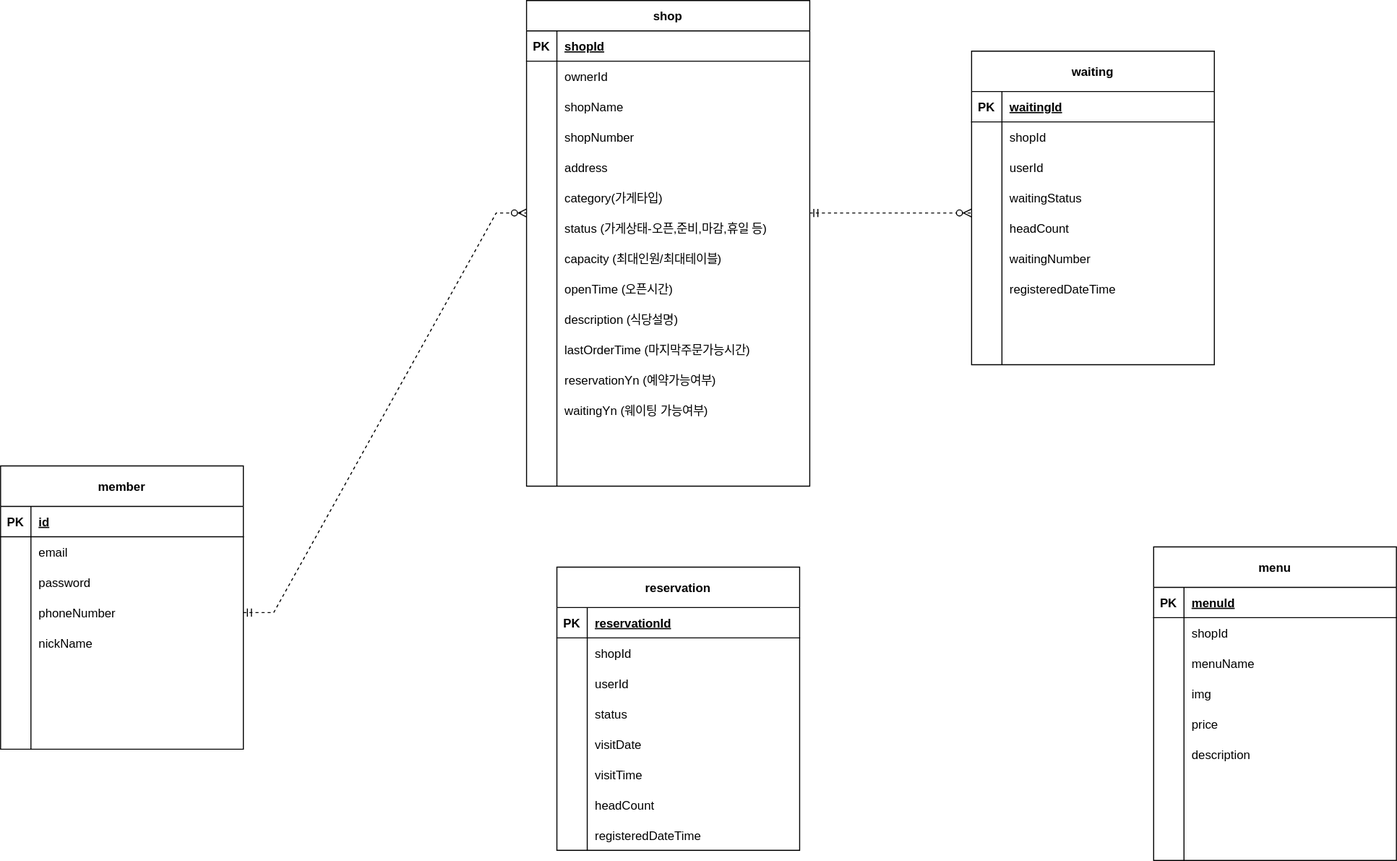
Earlier version of the draw.io export document/reservetable-erd.svg (hyerinnn/reservetable). Source tidied: cells renumbered, new cells last; positions are measured from the earlier drawing's top-left corner, leaving out a move shared by most shapes.
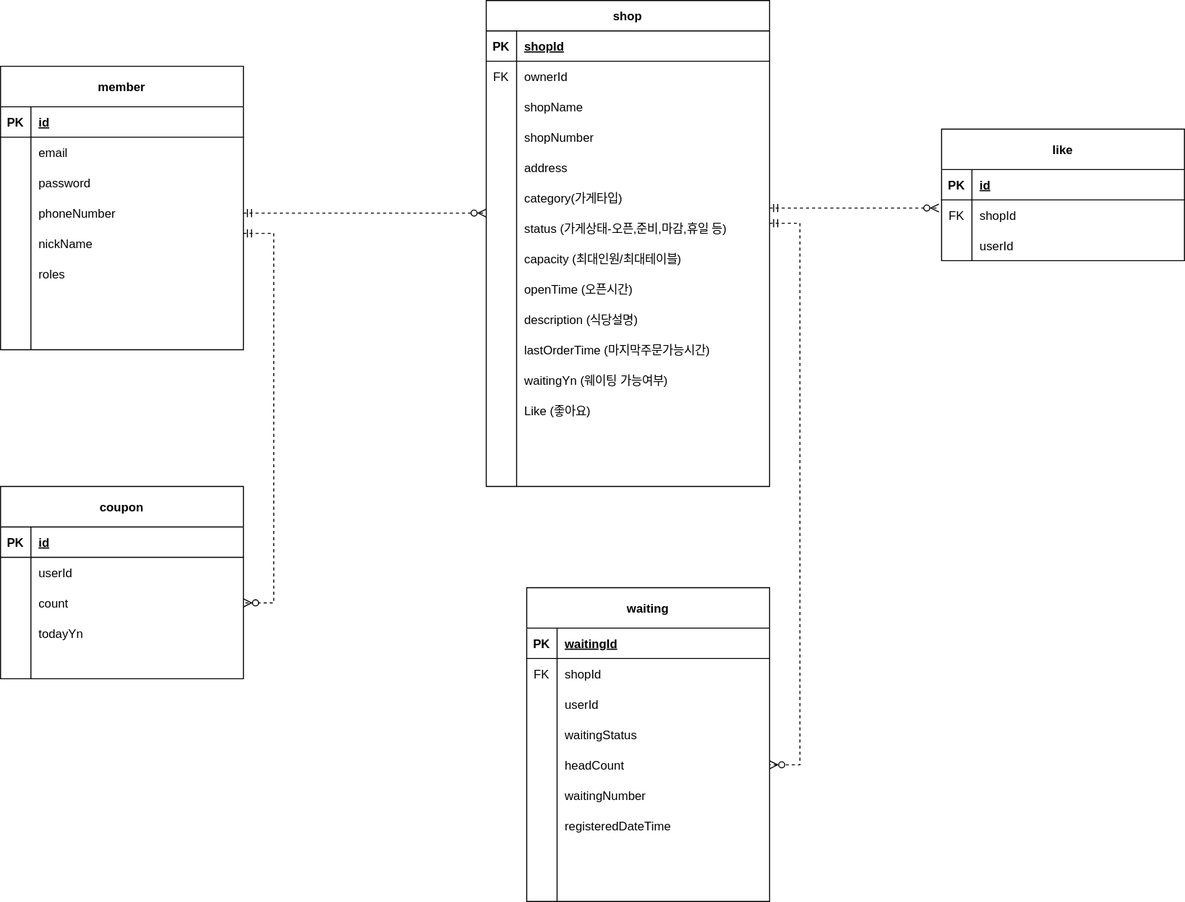
The same diagram one commit later.

What changed in the source:
```diff
@@ -5,3 +5,3 @@
     <mxCell id="2" value="member" style="shape=table;startSize=40;rowLines=0;fontStyle=1;align=center;" parent="1" vertex="1">
-      <mxGeometry y="460" width="240" height="280" as="geometry" />
+      <mxGeometry x="40" y="65" width="240" height="280" as="geometry" />
     </mxCell>
@@ -58,3 +58,3 @@
     </mxCell>
-    <mxCell id="20" style="shape=partialRectangle;overflow=hidden;fillColor=none;top=0;left=0;bottom=0;right=0;align=left;spacingLeft=6;" parent="18" vertex="1">
+    <mxCell id="20" value="roles" style="shape=partialRectangle;overflow=hidden;fillColor=none;top=0;left=0;bottom=0;right=0;align=left;spacingLeft=6;" parent="18" vertex="1">
       <mxGeometry x="30" width="210" height="30" as="geometry" />
@@ -94,3 +94,3 @@
     </mxCell>
-    <mxCell id="32" style="shape=partialRectangle;overflow=hidden;fillColor=none;top=0;left=0;bottom=0;right=0;" parent="31" vertex="1">
+    <mxCell id="32" value="FK" style="shape=partialRectangle;overflow=hidden;fillColor=none;top=0;left=0;bottom=0;right=0;" parent="31" vertex="1">
       <mxGeometry width="30" height="30" as="geometry" />
@@ -181,13 +181,4 @@
     </mxCell>
-    <mxCell id="61" style="shape=partialRectangle;fillColor=none;top=0;left=0;right=0;bottom=0;" parent="27" vertex="1">
-      <mxGeometry y="360" width="280" height="30" as="geometry" />
-    </mxCell>
-    <mxCell id="62" style="shape=partialRectangle;overflow=hidden;fillColor=none;top=0;left=0;bottom=0;right=0;" parent="61" vertex="1">
-      <mxGeometry width="30" height="30" as="geometry" />
-    </mxCell>
-    <mxCell id="63" value="reservationYn (예약가능여부)" style="shape=partialRectangle;overflow=hidden;fillColor=none;top=0;left=0;bottom=0;right=0;align=left;spacingLeft=6;" parent="61" vertex="1">
-      <mxGeometry x="30" width="250" height="30" as="geometry" />
-    </mxCell>
     <mxCell id="64" style="shape=partialRectangle;fillColor=none;top=0;left=0;right=0;bottom=0;" parent="27" vertex="1">
-      <mxGeometry y="390" width="280" height="30" as="geometry" />
+      <mxGeometry y="360" width="280" height="30" as="geometry" />
     </mxCell>
@@ -200,3 +191,3 @@
     <mxCell id="67" style="shape=partialRectangle;fillColor=none;top=0;left=0;right=0;bottom=0;" parent="27" vertex="1">
-      <mxGeometry y="420" width="280" height="30" as="geometry" />
+      <mxGeometry y="390" width="280" height="30" as="geometry" />
     </mxCell>
@@ -205,5 +196,14 @@
     </mxCell>
-    <mxCell id="69" style="shape=partialRectangle;overflow=hidden;fillColor=none;top=0;left=0;bottom=0;right=0;align=left;spacingLeft=6;" parent="67" vertex="1">
+    <mxCell id="69" value="Like (좋아요)" style="shape=partialRectangle;overflow=hidden;fillColor=none;top=0;left=0;bottom=0;right=0;align=left;spacingLeft=6;" parent="67" vertex="1">
       <mxGeometry x="30" width="250" height="30" as="geometry" />
     </mxCell>
+    <mxCell id="156" style="shape=partialRectangle;fillColor=none;top=0;left=0;right=0;bottom=0;" parent="27" vertex="1">
+      <mxGeometry y="420" width="280" height="30" as="geometry" />
+    </mxCell>
+    <mxCell id="157" style="shape=partialRectangle;overflow=hidden;fillColor=none;top=0;left=0;bottom=0;right=0;" parent="156" vertex="1">
+      <mxGeometry width="30" height="30" as="geometry" />
+    </mxCell>
+    <mxCell id="158" style="shape=partialRectangle;overflow=hidden;fillColor=none;top=0;left=0;bottom=0;right=0;align=left;spacingLeft=6;" parent="156" vertex="1">
+      <mxGeometry x="30" width="250" height="30" as="geometry" />
+    </mxCell>
     <mxCell id="70" style="shape=partialRectangle;fillColor=none;top=0;left=0;right=0;bottom=0;" parent="27" vertex="1">
@@ -211,8 +211,8 @@
     </mxCell>
-    <mxCell id="71" style="shape=partialRectangle;overflow=hidden;fillColor=none;top=0;left=0;bottom=0;right=0;" parent="70" vertex="1">
-      <mxGeometry width="30" height="30" as="geometry" />
-    </mxCell>
-    <mxCell id="72" style="shape=partialRectangle;overflow=hidden;fillColor=none;top=0;left=0;bottom=0;right=0;align=left;spacingLeft=6;" parent="70" vertex="1">
-      <mxGeometry x="30" width="250" height="30" as="geometry" />
-    </mxCell>
+    <mxCell id="159" style="shape=partialRectangle;overflow=hidden;fillColor=none;top=0;left=0;bottom=0;right=0;" parent="70" vertex="1">
+      <mxGeometry width="30" height="30" as="geometry" />
+    </mxCell>
+    <mxCell id="160" style="shape=partialRectangle;overflow=hidden;fillColor=none;top=0;left=0;bottom=0;right=0;align=left;spacingLeft=6;" parent="70" vertex="1">
+      <mxGeometry x="30" width="250" height="30" as="geometry" />
+    </mxCell>
     <mxCell id="73" style="edgeStyle=entityRelationEdgeStyle;fontSize=12;html=1;endArrow=ERzeroToMany;startArrow=ERmandOne;rounded=0;entryX=0;entryY=0.5;entryDx=0;entryDy=0;dashed=1;exitX=1;exitY=0.5;exitDx=0;exitDy=0;" parent="1" edge="1" source="12">
@@ -225,4 +225,4 @@
     </mxCell>
-    <mxCell id="74" value="menu" style="shape=table;startSize=40;rowLines=0;fontStyle=1;align=center;" parent="1" vertex="1">
-      <mxGeometry x="1140" y="540" width="240" height="310" as="geometry" />
+    <mxCell id="74" value="coupon" style="shape=table;startSize=40;rowLines=0;fontStyle=1;align=center;" parent="1" vertex="1">
+      <mxGeometry x="40" y="480" width="240" height="190" as="geometry" />
     </mxCell>
@@ -234,3 +234,3 @@
     </mxCell>
-    <mxCell id="77" value="menuId" style="shape=partialRectangle;overflow=hidden;fillColor=none;top=0;left=0;bottom=0;right=0;align=left;spacingLeft=6;fontStyle=5;" parent="75" vertex="1">
+    <mxCell id="77" value="id" style="shape=partialRectangle;overflow=hidden;fillColor=none;top=0;left=0;bottom=0;right=0;align=left;spacingLeft=6;fontStyle=5;" parent="75" vertex="1">
       <mxGeometry x="30" width="210" height="30" as="geometry" />
@@ -243,3 +243,3 @@
     </mxCell>
-    <mxCell id="80" value="shopId" style="shape=partialRectangle;overflow=hidden;fillColor=none;top=0;left=0;bottom=0;right=0;align=left;spacingLeft=6;" parent="78" vertex="1">
+    <mxCell id="80" value="userId" style="shape=partialRectangle;overflow=hidden;fillColor=none;top=0;left=0;bottom=0;right=0;align=left;spacingLeft=6;" parent="78" vertex="1">
       <mxGeometry x="30" width="210" height="30" as="geometry" />
@@ -252,43 +252,7 @@
     </mxCell>
-    <mxCell id="83" value="menuName" style="shape=partialRectangle;overflow=hidden;fillColor=none;top=0;left=0;bottom=0;right=0;align=left;spacingLeft=6;" parent="81" vertex="1">
+    <mxCell id="83" value="count" style="shape=partialRectangle;overflow=hidden;fillColor=none;top=0;left=0;bottom=0;right=0;align=left;spacingLeft=6;" parent="81" vertex="1">
       <mxGeometry x="30" width="210" height="30" as="geometry" />
     </mxCell>
-    <mxCell id="84" style="shape=partialRectangle;fillColor=none;top=0;left=0;right=0;bottom=0;" parent="74" vertex="1">
-      <mxGeometry y="130" width="240" height="30" as="geometry" />
-    </mxCell>
-    <mxCell id="85" style="shape=partialRectangle;overflow=hidden;fillColor=none;top=0;left=0;bottom=0;right=0;" parent="84" vertex="1">
-      <mxGeometry width="30" height="30" as="geometry" />
-    </mxCell>
-    <mxCell id="86" value="img" style="shape=partialRectangle;overflow=hidden;fillColor=none;top=0;left=0;bottom=0;right=0;align=left;spacingLeft=6;" parent="84" vertex="1">
-      <mxGeometry x="30" width="210" height="30" as="geometry" />
-    </mxCell>
-    <mxCell id="87" style="shape=partialRectangle;fillColor=none;top=0;left=0;right=0;bottom=0;" parent="74" vertex="1">
-      <mxGeometry y="160" width="240" height="30" as="geometry" />
-    </mxCell>
-    <mxCell id="88" style="shape=partialRectangle;overflow=hidden;fillColor=none;top=0;left=0;bottom=0;right=0;" parent="87" vertex="1">
-      <mxGeometry width="30" height="30" as="geometry" />
-    </mxCell>
-    <mxCell id="89" value="price" style="shape=partialRectangle;overflow=hidden;fillColor=none;top=0;left=0;bottom=0;right=0;align=left;spacingLeft=6;" parent="87" vertex="1">
-      <mxGeometry x="30" width="210" height="30" as="geometry" />
-    </mxCell>
-    <mxCell id="90" style="shape=partialRectangle;fillColor=none;top=0;left=0;right=0;bottom=0;" parent="74" vertex="1">
-      <mxGeometry y="190" width="240" height="30" as="geometry" />
-    </mxCell>
-    <mxCell id="91" style="shape=partialRectangle;overflow=hidden;fillColor=none;top=0;left=0;bottom=0;right=0;" parent="90" vertex="1">
-      <mxGeometry width="30" height="30" as="geometry" />
-    </mxCell>
-    <mxCell id="92" value="description" style="shape=partialRectangle;overflow=hidden;fillColor=none;top=0;left=0;bottom=0;right=0;align=left;spacingLeft=6;" parent="90" vertex="1">
-      <mxGeometry x="30" width="210" height="30" as="geometry" />
-    </mxCell>
-    <mxCell id="93" style="shape=partialRectangle;fillColor=none;top=0;left=0;right=0;bottom=0;" parent="74" vertex="1">
-      <mxGeometry y="220" width="240" height="30" as="geometry" />
-    </mxCell>
-    <mxCell id="94" style="shape=partialRectangle;overflow=hidden;fillColor=none;top=0;left=0;bottom=0;right=0;" parent="93" vertex="1">
-      <mxGeometry width="30" height="30" as="geometry" />
-    </mxCell>
-    <mxCell id="95" style="shape=partialRectangle;overflow=hidden;fillColor=none;top=0;left=0;bottom=0;right=0;align=left;spacingLeft=6;" parent="93" vertex="1">
-      <mxGeometry x="30" width="210" height="30" as="geometry" />
-    </mxCell>
     <mxCell id="96" style="shape=partialRectangle;fillColor=none;top=0;left=0;right=0;bottom=0;" parent="74" vertex="1">
-      <mxGeometry y="250" width="240" height="30" as="geometry" />
+      <mxGeometry y="130" width="240" height="30" as="geometry" />
     </mxCell>
@@ -297,3 +261,3 @@
     </mxCell>
-    <mxCell id="98" style="shape=partialRectangle;overflow=hidden;fillColor=none;top=0;left=0;bottom=0;right=0;align=left;spacingLeft=6;" parent="96" vertex="1">
+    <mxCell id="98" value="todayYn" style="shape=partialRectangle;overflow=hidden;fillColor=none;top=0;left=0;bottom=0;right=0;align=left;spacingLeft=6;" parent="96" vertex="1">
       <mxGeometry x="30" width="210" height="30" as="geometry" />
@@ -301,3 +265,3 @@
     <mxCell id="99" style="shape=partialRectangle;fillColor=none;top=0;left=0;right=0;bottom=0;" parent="74" vertex="1">
-      <mxGeometry y="280" width="240" height="30" as="geometry" />
+      <mxGeometry y="160" width="240" height="30" as="geometry" />
     </mxCell>
@@ -310,3 +274,3 @@
     <mxCell id="102" value="waiting" style="shape=table;startSize=40;rowLines=0;fontStyle=1;align=center;" parent="1" vertex="1">
-      <mxGeometry x="960" y="50" width="240" height="310" as="geometry" />
+      <mxGeometry x="560" y="580" width="240" height="310" as="geometry" />
     </mxCell>
@@ -324,3 +288,3 @@
     </mxCell>
-    <mxCell id="107" style="shape=partialRectangle;overflow=hidden;fillColor=none;top=0;left=0;bottom=0;right=0;" parent="106" vertex="1">
+    <mxCell id="107" value="FK" style="shape=partialRectangle;overflow=hidden;fillColor=none;top=0;left=0;bottom=0;right=0;" parent="106" vertex="1">
       <mxGeometry width="30" height="30" as="geometry" />
@@ -393,8 +357,7 @@
     </mxCell>
-    <mxCell id="130" style="edgeStyle=entityRelationEdgeStyle;fontSize=12;html=1;endArrow=ERzeroToMany;startArrow=ERmandOne;rounded=0;exitX=1;exitY=0.5;exitDx=0;exitDy=0;entryX=0;entryY=0.5;entryDx=0;entryDy=0;dashed=1;" parent="1" edge="1">
+    <mxCell id="130" style="edgeStyle=entityRelationEdgeStyle;fontSize=12;html=1;endArrow=ERzeroToMany;startArrow=ERmandOne;rounded=0;exitX=1;exitY=0.5;exitDx=0;exitDy=0;entryX=-0.011;entryY=0.267;entryDx=0;entryDy=0;dashed=1;entryPerimeter=0;" parent="1" edge="1" target="135">
       <mxGeometry relative="1" as="geometry">
-        <mxPoint x="800" y="210" as="sourcePoint" />
-        <mxPoint x="960" y="210" as="targetPoint" />
+        <mxPoint x="800" y="205" as="sourcePoint" />
         <Array as="points">
-          <mxPoint x="880" y="190" />
+          <mxPoint x="880" y="185" />
         </Array>
@@ -402,4 +365,4 @@
     </mxCell>
-    <mxCell id="131" value="reservation" style="shape=table;startSize=40;rowLines=0;fontStyle=1;align=center;" parent="1" vertex="1">
-      <mxGeometry x="550" y="560" width="240" height="280" as="geometry" />
+    <mxCell id="131" value="like" style="shape=table;startSize=40;rowLines=0;fontStyle=1;align=center;" parent="1" vertex="1">
+      <mxGeometry x="970" y="127" width="240" height="130" as="geometry" />
     </mxCell>
@@ -411,3 +374,3 @@
     </mxCell>
-    <mxCell id="134" value="reservationId" style="shape=partialRectangle;overflow=hidden;fillColor=none;top=0;left=0;bottom=0;right=0;align=left;spacingLeft=6;fontStyle=5;" parent="132" vertex="1">
+    <mxCell id="134" value="id" style="shape=partialRectangle;overflow=hidden;fillColor=none;top=0;left=0;bottom=0;right=0;align=left;spacingLeft=6;fontStyle=5;" parent="132" vertex="1">
       <mxGeometry x="30" width="210" height="30" as="geometry" />
@@ -417,3 +380,3 @@
     </mxCell>
-    <mxCell id="136" style="shape=partialRectangle;overflow=hidden;fillColor=none;top=0;left=0;bottom=0;right=0;" parent="135" vertex="1">
+    <mxCell id="136" value="FK" style="shape=partialRectangle;overflow=hidden;fillColor=none;top=0;left=0;bottom=0;right=0;" parent="135" vertex="1">
       <mxGeometry width="30" height="30" as="geometry" />
@@ -432,47 +395,15 @@
     </mxCell>
-    <mxCell id="141" style="shape=partialRectangle;fillColor=none;top=0;left=0;right=0;bottom=0;" parent="131" vertex="1">
-      <mxGeometry y="130" width="240" height="30" as="geometry" />
-    </mxCell>
-    <mxCell id="142" style="shape=partialRectangle;overflow=hidden;fillColor=none;top=0;left=0;bottom=0;right=0;" parent="141" vertex="1">
-      <mxGeometry width="30" height="30" as="geometry" />
-    </mxCell>
-    <mxCell id="143" value="status" style="shape=partialRectangle;overflow=hidden;fillColor=none;top=0;left=0;bottom=0;right=0;align=left;spacingLeft=6;" parent="141" vertex="1">
-      <mxGeometry x="30" width="210" height="30" as="geometry" />
-    </mxCell>
-    <mxCell id="144" style="shape=partialRectangle;fillColor=none;top=0;left=0;right=0;bottom=0;" parent="131" vertex="1">
-      <mxGeometry y="160" width="240" height="30" as="geometry" />
-    </mxCell>
-    <mxCell id="145" style="shape=partialRectangle;overflow=hidden;fillColor=none;top=0;left=0;bottom=0;right=0;" parent="144" vertex="1">
-      <mxGeometry width="30" height="30" as="geometry" />
-    </mxCell>
-    <mxCell id="146" value="visitDate" style="shape=partialRectangle;overflow=hidden;fillColor=none;top=0;left=0;bottom=0;right=0;align=left;spacingLeft=6;" parent="144" vertex="1">
-      <mxGeometry x="30" width="210" height="30" as="geometry" />
-    </mxCell>
-    <mxCell id="147" style="shape=partialRectangle;fillColor=none;top=0;left=0;right=0;bottom=0;" parent="131" vertex="1">
-      <mxGeometry y="190" width="240" height="30" as="geometry" />
-    </mxCell>
-    <mxCell id="148" style="shape=partialRectangle;overflow=hidden;fillColor=none;top=0;left=0;bottom=0;right=0;" parent="147" vertex="1">
-      <mxGeometry width="30" height="30" as="geometry" />
-    </mxCell>
-    <mxCell id="149" value="visitTime" style="shape=partialRectangle;overflow=hidden;fillColor=none;top=0;left=0;bottom=0;right=0;align=left;spacingLeft=6;" parent="147" vertex="1">
-      <mxGeometry x="30" width="210" height="30" as="geometry" />
-    </mxCell>
-    <mxCell id="150" style="shape=partialRectangle;fillColor=none;top=0;left=0;right=0;bottom=0;" parent="131" vertex="1">
-      <mxGeometry y="220" width="240" height="30" as="geometry" />
-    </mxCell>
-    <mxCell id="151" style="shape=partialRectangle;overflow=hidden;fillColor=none;top=0;left=0;bottom=0;right=0;" parent="150" vertex="1">
-      <mxGeometry width="30" height="30" as="geometry" />
-    </mxCell>
-    <mxCell id="152" value="headCount" style="shape=partialRectangle;overflow=hidden;fillColor=none;top=0;left=0;bottom=0;right=0;align=left;spacingLeft=6;" parent="150" vertex="1">
-      <mxGeometry x="30" width="210" height="30" as="geometry" />
-    </mxCell>
-    <mxCell id="153" style="shape=partialRectangle;fillColor=none;top=0;left=0;right=0;bottom=0;" parent="131" vertex="1">
-      <mxGeometry y="250" width="240" height="30" as="geometry" />
-    </mxCell>
-    <mxCell id="154" style="shape=partialRectangle;overflow=hidden;fillColor=none;top=0;left=0;bottom=0;right=0;" parent="153" vertex="1">
-      <mxGeometry width="30" height="30" as="geometry" />
-    </mxCell>
-    <mxCell id="155" value="registeredDateTime" style="shape=partialRectangle;overflow=hidden;fillColor=none;top=0;left=0;bottom=0;right=0;align=left;spacingLeft=6;" parent="153" vertex="1">
-      <mxGeometry x="30" width="210" height="30" as="geometry" />
-    </mxCell>
+    <mxCell id="161" style="edgeStyle=entityRelationEdgeStyle;fontSize=12;html=1;endArrow=ERzeroToMany;startArrow=ERmandOne;rounded=0;entryX=1;entryY=0.5;entryDx=0;entryDy=0;dashed=1;" parent="1" edge="1" target="115">
+      <mxGeometry relative="1" as="geometry">
+        <mxPoint x="800" y="220" as="sourcePoint" />
+      </mxGeometry>
+    </mxCell>
+    <mxCell id="162" style="edgeStyle=entityRelationEdgeStyle;fontSize=12;html=1;endArrow=ERzeroToMany;startArrow=ERmandOne;rounded=0;entryX=1;entryY=0.5;entryDx=0;entryDy=0;dashed=1;" parent="1" edge="1" target="81">
+      <mxGeometry relative="1" as="geometry">
+        <mxPoint x="280" y="230" as="sourcePoint" />
+        <Array as="points">
+          <mxPoint x="440" y="219.5" />
+        </Array>
+      </mxGeometry>
+    </mxCell>
   </root>
```
